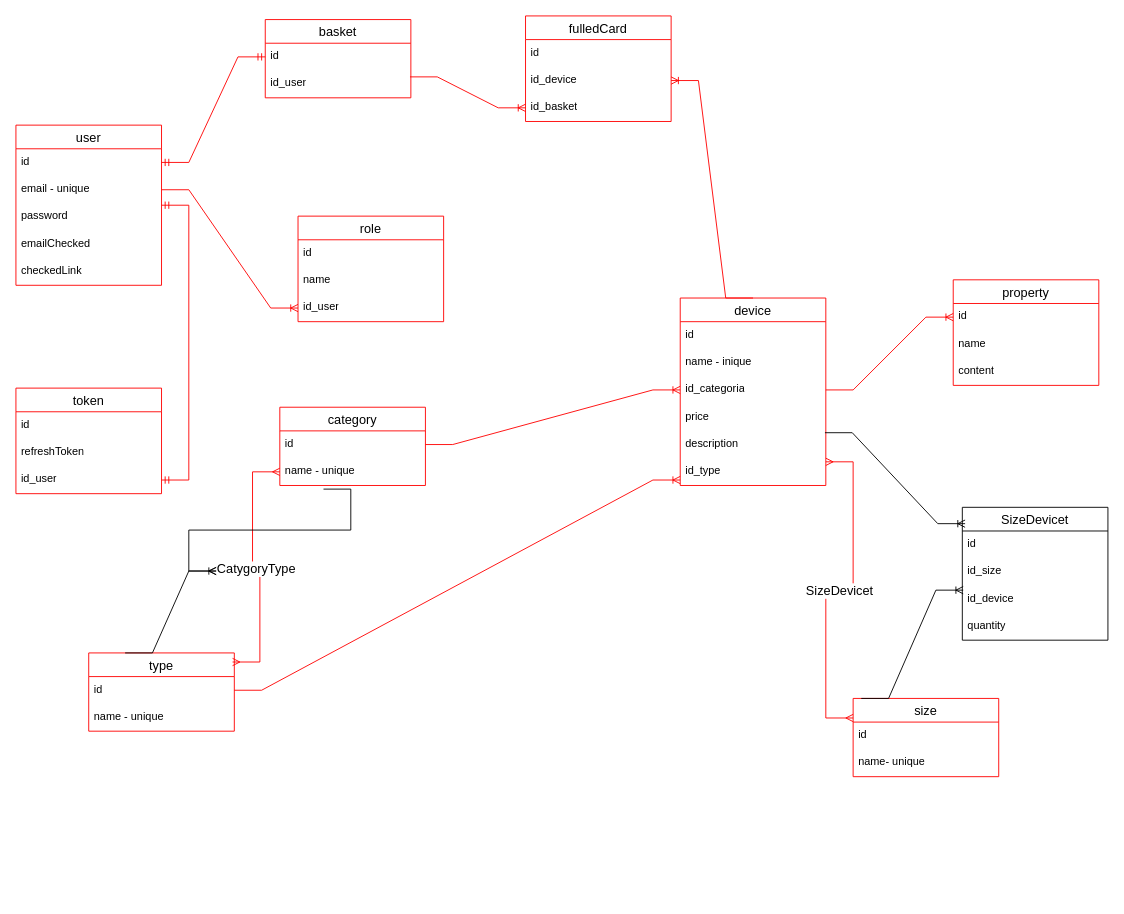
OlegGrn/draw_io keeps this draw.io diagram as shose.drawio. Above is the earlier version. Source tidied: cells renumbered, new cells numbered last; positions are measured from the earlier drawing's top-left corner, leaving out a move shared by most shapes. Both pictures are drawn from the tidied source at 91%, with x=0, y=0 at pixel (-21, 15).
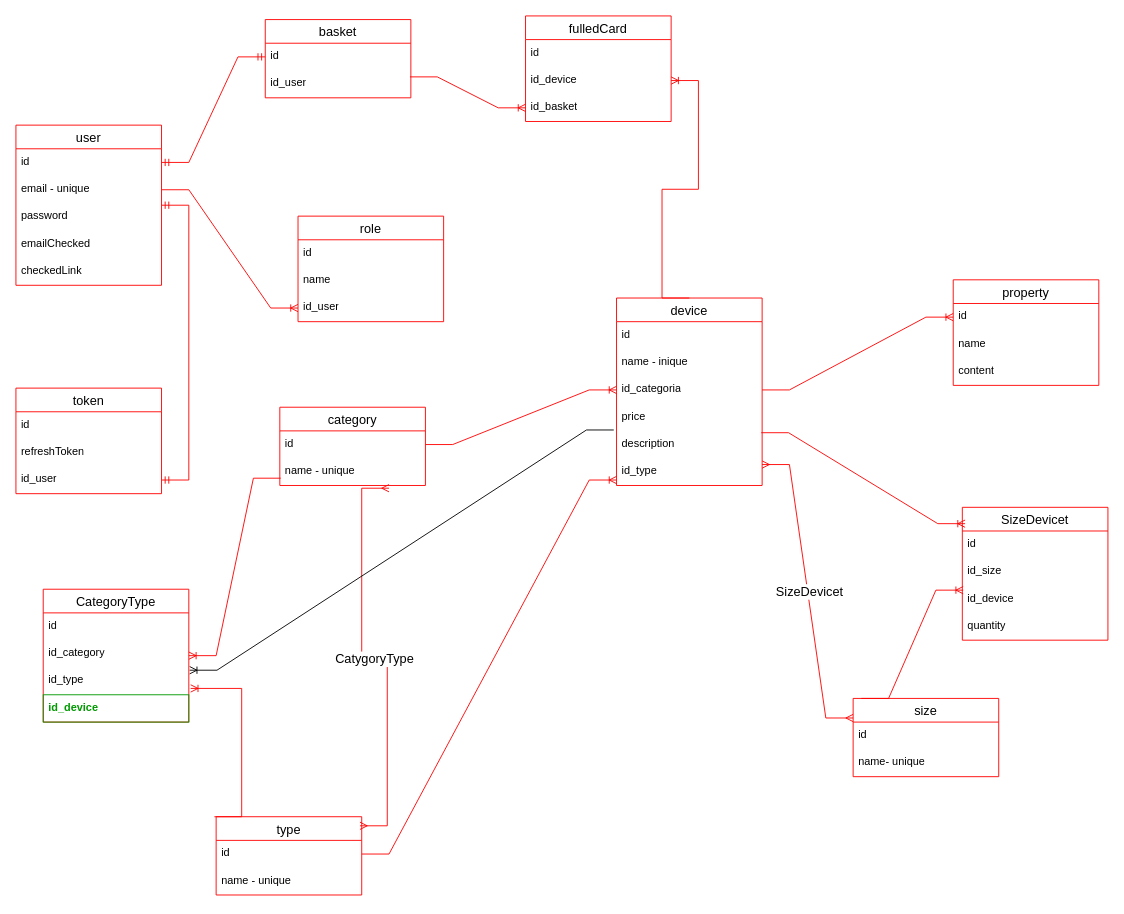
Above is the later version.

The change refers to these unchanged cells:
```xml
<mxCell id="16" value="description" style="text;strokeColor=none;fillColor=none;spacingLeft=4;spacingRight=4;overflow=hidden;points=[[0,0.5],[1,0.5]];portConstraint=eastwest;fontSize=12;whiteSpace=wrap;html=1;" parent="11" vertex="1">
  <mxGeometry y="146" width="160" height="30" as="geometry" />
</mxCell>
<mxCell id="17" value="id_type" style="text;strokeColor=none;fillColor=none;spacingLeft=4;spacingRight=4;overflow=hidden;points=[[0,0.5],[1,0.5]];portConstraint=eastwest;fontSize=12;whiteSpace=wrap;html=1;" parent="11" vertex="1">
  <mxGeometry y="176" width="160" height="30" as="geometry" />
</mxCell>
<mxCell id="22" value="size" style="swimlane;fontStyle=0;horizontal=1;startSize=26;align=center;fontSize=14;strokeColor=#FF0000;" parent="1" vertex="1">
  <mxGeometry x="960" y="750" width="160" height="86" as="geometry" />
</mxCell>
<mxCell id="31" value="category" style="swimlane;fontStyle=0;horizontal=1;startSize=26;align=center;fontSize=14;strokeColor=#FF0000;" parent="1" vertex="1">
  <mxGeometry x="330" y="430" width="160" height="86" as="geometry" />
</mxCell>
<mxCell id="33" value="name - unique" style="text;strokeColor=none;fillColor=none;spacingLeft=4;spacingRight=4;overflow=hidden;points=[[0,0.5],[1,0.5]];portConstraint=eastwest;fontSize=12;whiteSpace=wrap;html=1;" parent="31" vertex="1">
  <mxGeometry y="56" width="160" height="30" as="geometry" />
</mxCell>
<mxCell id="60" value="id_device" style="text;strokeColor=none;fillColor=none;spacingLeft=4;spacingRight=4;overflow=hidden;points=[[0,0.5],[1,0.5]];portConstraint=eastwest;fontSize=12;whiteSpace=wrap;html=1;" parent="57" vertex="1">
  <mxGeometry y="86" width="160" height="30" as="geometry" />
</mxCell>
```

Change to the diagram source:
```diff
@@
     <mxCell id="11" value="device" style="swimlane;fontStyle=0;horizontal=1;startSize=26;align=center;fontSize=14;strokeColor=#FF0000;" parent="1" vertex="1">
-      <mxGeometry x="770" y="310" width="160" height="206" as="geometry" />
+      <mxGeometry x="700" y="310" width="160" height="206" as="geometry" />
     </mxCell>
@@
     <mxCell id="18" value="type" style="swimlane;fontStyle=0;horizontal=1;startSize=26;align=center;fontSize=14;strokeColor=#FF0000;" parent="1" vertex="1">
-      <mxGeometry x="120" y="700" width="160" height="86" as="geometry" />
+      <mxGeometry x="260" y="880" width="160" height="86" as="geometry" />
     </mxCell>
@@
+    <mxCell id="64" style="edgeStyle=orthogonalEdgeStyle;rounded=0;jettySize=auto;html=1;exitX=0;exitY=0.5;exitDx=0;exitDy=0;" parent="31" edge="1" source="33">
+      <mxGeometry relative="1" as="geometry">
+        <mxPoint y="71" as="targetPoint" />
+      </mxGeometry>
+    </mxCell>
@@
-    <mxCell id="46" style="edgeStyle=entityRelationEdgeStyle;fontSize=12;html=1;endArrow=ERmany;startArrow=ERmany;rounded=0;exitX=0.988;exitY=0.116;exitDx=0;exitDy=0;entryX=0;entryY=0.5;entryDx=0;entryDy=0;exitPerimeter=0;strokeColor=#FF0000;" parent="1" edge="1" source="18" target="33">
-      <mxGeometry relative="1" as="geometry" />
+    <mxCell id="46" style="edgeStyle=entityRelationEdgeStyle;fontSize=12;html=1;endArrow=ERmany;startArrow=ERmany;rounded=0;exitX=0.988;exitY=0.116;exitDx=0;exitDy=0;entryX=0.75;entryY=1.1;entryDx=0;entryDy=0;exitPerimeter=0;strokeColor=#FF0000;entryPerimeter=0;" parent="1" edge="1" source="18" target="33">
+      <mxGeometry relative="1" as="geometry">
+        <Array as="points">
+          <mxPoint x="440" y="520" />
+        </Array>
+      </mxGeometry>
     </mxCell>
@@
-    <mxCell id="48" style="edgeStyle=entityRelationEdgeStyle;fontSize=12;html=1;endArrow=ERmany;startArrow=ERmany;rounded=0;entryX=0;entryY=0.25;entryDx=0;entryDy=0;strokeColor=#FF0000;" parent="1" edge="1" target="22">
-      <mxGeometry relative="1" as="geometry">
-        <mxPoint x="930" y="490" as="sourcePoint" />
-      </mxGeometry>
+    <mxCell id="48" style="edgeStyle=entityRelationEdgeStyle;fontSize=12;html=1;endArrow=ERmany;startArrow=ERmany;rounded=0;entryX=0;entryY=0.25;entryDx=0;entryDy=0;strokeColor=#FF0000;exitX=1;exitY=0.233;exitDx=0;exitDy=0;exitPerimeter=0;" parent="1" edge="1" source="17" target="22">
+      <mxGeometry relative="1" as="geometry" />
     </mxCell>
@@
-    <mxCell id="50" style="edgeStyle=entityRelationEdgeStyle;fontSize=12;html=1;endArrow=ERoneToMany;rounded=0;exitX=0.25;exitY=0;exitDx=0;exitDy=0;" parent="1" edge="1" source="18">
-      <mxGeometry relative="1" as="geometry">
-        <mxPoint x="260" y="610" as="targetPoint" />
-      </mxGeometry>
-    </mxCell>
-    <mxCell id="51" style="edgeStyle=entityRelationEdgeStyle;fontSize=12;html=1;endArrow=ERmany;rounded=0;exitX=0.3;exitY=1.133;exitDx=0;exitDy=0;exitPerimeter=0;" parent="1" edge="1" source="33">
-      <mxGeometry relative="1" as="geometry">
-        <mxPoint x="260" y="610" as="targetPoint" />
-      </mxGeometry>
-    </mxCell>
@@
-    <mxCell id="57" value="SizeDevicet" style="swimlane;fontStyle=0;horizontal=1;startSize=26;align=center;fontSize=14;" parent="1" vertex="1">
+    <mxCell id="57" value="SizeDevicet" style="swimlane;fontStyle=0;horizontal=1;startSize=26;align=center;fontSize=14;strokeColor=#FF0000;" parent="1" vertex="1">
       <mxGeometry x="1080" y="540" width="160" height="146" as="geometry" />
     </mxCell>
@@
-    <mxCell id="62" style="edgeStyle=entityRelationEdgeStyle;fontSize=12;html=1;endArrow=ERoneToMany;rounded=0;entryX=0.019;entryY=0.123;entryDx=0;entryDy=0;entryPerimeter=0;exitX=0.994;exitY=0.067;exitDx=0;exitDy=0;exitPerimeter=0;" parent="1" edge="1" source="16" target="57">
+    <mxCell id="62" style="edgeStyle=entityRelationEdgeStyle;fontSize=12;html=1;endArrow=ERoneToMany;rounded=0;entryX=0.019;entryY=0.123;entryDx=0;entryDy=0;entryPerimeter=0;exitX=0.994;exitY=0.067;exitDx=0;exitDy=0;exitPerimeter=0;strokeColor=#FF0000;" parent="1" edge="1" source="16" target="57">
       <mxGeometry relative="1" as="geometry">
         <Array as="points">
           <mxPoint x="730" y="600" />
         </Array>
       </mxGeometry>
     </mxCell>
-    <mxCell id="63" style="edgeStyle=entityRelationEdgeStyle;fontSize=12;html=1;endArrow=ERoneToMany;rounded=0;entryX=0.006;entryY=0.167;entryDx=0;entryDy=0;entryPerimeter=0;exitX=0.056;exitY=0;exitDx=0;exitDy=0;exitPerimeter=0;" parent="1" edge="1" source="22" target="60">
+    <mxCell id="63" style="edgeStyle=entityRelationEdgeStyle;fontSize=12;html=1;endArrow=ERoneToMany;rounded=0;entryX=0.006;entryY=0.167;entryDx=0;entryDy=0;entryPerimeter=0;exitX=0.056;exitY=0;exitDx=0;exitDy=0;exitPerimeter=0;strokeColor=#FF0000;" parent="1" edge="1" source="22" target="60">
       <mxGeometry relative="1" as="geometry" />
     </mxCell>
+    <mxCell id="65" value="CategoryType" style="swimlane;fontStyle=0;horizontal=1;startSize=26;align=center;fontSize=14;strokeColor=#FF0000;" parent="1" vertex="1">
+      <mxGeometry x="70" y="630" width="160" height="146" as="geometry" />
+    </mxCell>
+    <mxCell id="66" value="id" style="text;strokeColor=none;fillColor=none;spacingLeft=4;spacingRight=4;overflow=hidden;fontSize=12;whiteSpace=wrap;html=1;" parent="65" vertex="1">
+      <mxGeometry y="26" width="160" height="30" as="geometry" />
+    </mxCell>
+    <mxCell id="67" value="id_category" style="text;strokeColor=none;fillColor=none;spacingLeft=4;spacingRight=4;overflow=hidden;fontSize=12;whiteSpace=wrap;html=1;" parent="65" vertex="1">
+      <mxGeometry y="56" width="160" height="30" as="geometry" />
+    </mxCell>
+    <mxCell id="68" value="id_type" style="text;strokeColor=none;fillColor=none;spacingLeft=4;spacingRight=4;overflow=hidden;points=[[0,0.5],[1,0.5]];portConstraint=eastwest;fontSize=12;whiteSpace=wrap;html=1;" parent="65" vertex="1">
+      <mxGeometry y="86" width="160" height="30" as="geometry" />
+    </mxCell>
+    <mxCell id="69" value="&lt;b&gt;&lt;font color=&quot;#009900&quot;&gt;id_device&lt;/font&gt;&lt;/b&gt;" style="text;strokeColor=#009900;fillColor=none;spacingLeft=4;spacingRight=4;overflow=hidden;fontSize=12;whiteSpace=wrap;html=1;" parent="65" vertex="1">
+      <mxGeometry y="116" width="160" height="30" as="geometry" />
+    </mxCell>
+    <mxCell id="70" style="edgeStyle=entityRelationEdgeStyle;fontSize=12;html=1;endArrow=ERoneToMany;rounded=0;exitX=-0.012;exitY=0.174;exitDx=0;exitDy=0;exitPerimeter=0;entryX=1.013;entryY=0.767;entryDx=0;entryDy=0;entryPerimeter=0;strokeColor=#FF0000;" parent="1" edge="1" target="68">
+      <mxGeometry relative="1" as="geometry">
+        <mxPoint x="258.1" y="880" as="sourcePoint" />
+      </mxGeometry>
+    </mxCell>
+    <mxCell id="71" style="edgeStyle=entityRelationEdgeStyle;fontSize=12;html=1;endArrow=ERoneToMany;rounded=0;exitX=0.006;exitY=0.733;exitDx=0;exitDy=0;exitPerimeter=0;strokeColor=#FF0000;" parent="1" edge="1" source="33" target="65">
+      <mxGeometry relative="1" as="geometry" />
+    </mxCell>
+    <mxCell id="72" style="edgeStyle=entityRelationEdgeStyle;fontSize=12;html=1;endArrow=ERoneToMany;rounded=0;exitX=-0.019;exitY=-0.033;exitDx=0;exitDy=0;exitPerimeter=0;entryX=1.006;entryY=0.1;entryDx=0;entryDy=0;entryPerimeter=0;" parent="1" edge="1" source="16" target="68">
+      <mxGeometry relative="1" as="geometry" />
+    </mxCell>
```
